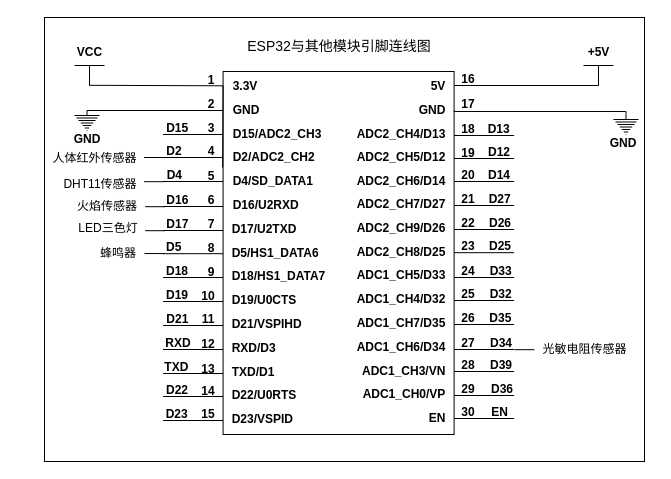
The draw.io diagram esp32主控芯片连接图.drawio in zhangruyi3906/img, before the edit. Source tidied: cells renumbered, new cells numbered last; positions are measured from the earlier drawing's top-left corner, leaving out a move shared by most shapes. Both pictures are drawn from the tidied source at 100%, with x=0, y=0 at pixel (24, 17).
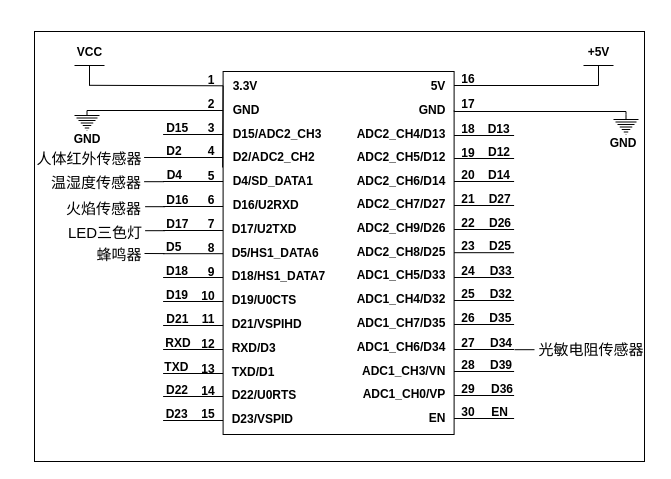
The same page after the edit.

Commit message:
更新esp32主控芯片连接图.drawio

Diff of the diagram source:
```diff
@@
     <mxCell id="2" style="rounded=0;whiteSpace=wrap;html=1;" parent="1" vertex="1">
-      <mxGeometry x="20" width="600" height="444" as="geometry" />
+      <mxGeometry x="10" y="14" width="610" height="430" as="geometry" />
     </mxCell>
@@
-    <mxCell id="34" value="&lt;font style=&quot;font-size: 14px;&quot;&gt;ESP32与其他模块引脚连线图&lt;/font&gt;" style="text;html=1;align=center;verticalAlign=middle;whiteSpace=wrap;rounded=0;" parent="1" vertex="1">
-      <mxGeometry x="189.6" y="14" width="250" height="30" as="geometry" />
-    </mxCell>
@@
-    <mxCell id="134" value="&lt;font&gt;DHT11传感器&lt;/font&gt;" style="text;html=1;align=center;verticalAlign=middle;whiteSpace=wrap;rounded=0;" parent="1" vertex="1">
-      <mxGeometry x="25.6" y="149" width="100" height="35" as="geometry" />
+    <mxCell id="134" value="&lt;font style=&quot;font-size: 15px;&quot;&gt;温湿度传感器&lt;/font&gt;" style="text;html=1;align=center;verticalAlign=middle;whiteSpace=wrap;rounded=0;" parent="1" vertex="1">
+      <mxGeometry x="14" y="147" width="115.6" height="35" as="geometry" />
     </mxCell>
-    <mxCell id="135" value="&lt;font style=&quot;&quot;&gt;LED三色灯&lt;/font&gt;" style="text;html=1;align=center;verticalAlign=middle;whiteSpace=wrap;rounded=0;" parent="1" vertex="1">
-      <mxGeometry x="43.6" y="198" width="80" height="26" as="geometry" />
+    <mxCell id="135" value="&lt;font style=&quot;font-size: 15px;&quot;&gt;LED三色灯&lt;/font&gt;" style="text;html=1;align=center;verticalAlign=middle;whiteSpace=wrap;rounded=0;" parent="1" vertex="1">
+      <mxGeometry x="31.5" y="202" width="97.5" height="26" as="geometry" />
     </mxCell>
-    <mxCell id="136" value="火焰传感器" style="text;html=1;align=center;verticalAlign=middle;whiteSpace=wrap;rounded=0;" parent="1" vertex="1">
-      <mxGeometry x="43" y="174" width="80" height="30" as="geometry" />
+    <mxCell id="136" value="&lt;font style=&quot;font-size: 15px;&quot;&gt;火焰传感器&lt;/font&gt;" style="text;html=1;align=center;verticalAlign=middle;whiteSpace=wrap;rounded=0;" parent="1" vertex="1">
+      <mxGeometry x="33.3" y="176" width="93" height="30" as="geometry" />
     </mxCell>
-    <mxCell id="137" value="光敏电阻传感器" style="text;html=1;align=center;verticalAlign=middle;whiteSpace=wrap;rounded=0;" parent="1" vertex="1">
-      <mxGeometry x="510" y="317" width="101" height="30" as="geometry" />
+    <mxCell id="137" value="&lt;font style=&quot;font-size: 15px;&quot;&gt;光敏电阻传感器&lt;/font&gt;" style="text;html=1;align=center;verticalAlign=middle;whiteSpace=wrap;rounded=0;" parent="1" vertex="1">
+      <mxGeometry x="507" y="317" width="120" height="30" as="geometry" />
     </mxCell>
-    <mxCell id="138" value="&lt;span style=&quot;font-weight: normal;&quot;&gt;人体红外传感器&lt;/span&gt;" style="text;html=1;align=center;verticalAlign=middle;whiteSpace=wrap;rounded=0;fontStyle=1;" parent="1" vertex="1">
-      <mxGeometry x="24" y="126" width="92.6" height="30" as="geometry" />
+    <mxCell id="138" value="&lt;span style=&quot;font-weight: normal;&quot;&gt;&lt;font style=&quot;font-size: 15px;&quot;&gt;人体红外传感器&lt;/font&gt;&lt;/span&gt;" style="text;html=1;align=center;verticalAlign=middle;whiteSpace=wrap;rounded=0;fontStyle=1;" parent="1" vertex="1">
+      <mxGeometry x="6.6" y="126" width="116" height="30" as="geometry" />
     </mxCell>
-    <mxCell id="139" value="蜂鸣器" style="text;html=1;align=center;verticalAlign=middle;whiteSpace=wrap;rounded=0;" parent="1" vertex="1">
-      <mxGeometry x="63.6" y="221" width="60" height="30" as="geometry" />
+    <mxCell id="139" value="&lt;font style=&quot;font-size: 15px;&quot;&gt;蜂鸣器&lt;/font&gt;" style="text;html=1;align=center;verticalAlign=middle;whiteSpace=wrap;rounded=0;" parent="1" vertex="1">
+      <mxGeometry x="65" y="222" width="60" height="30" as="geometry" />
     </mxCell>
```
